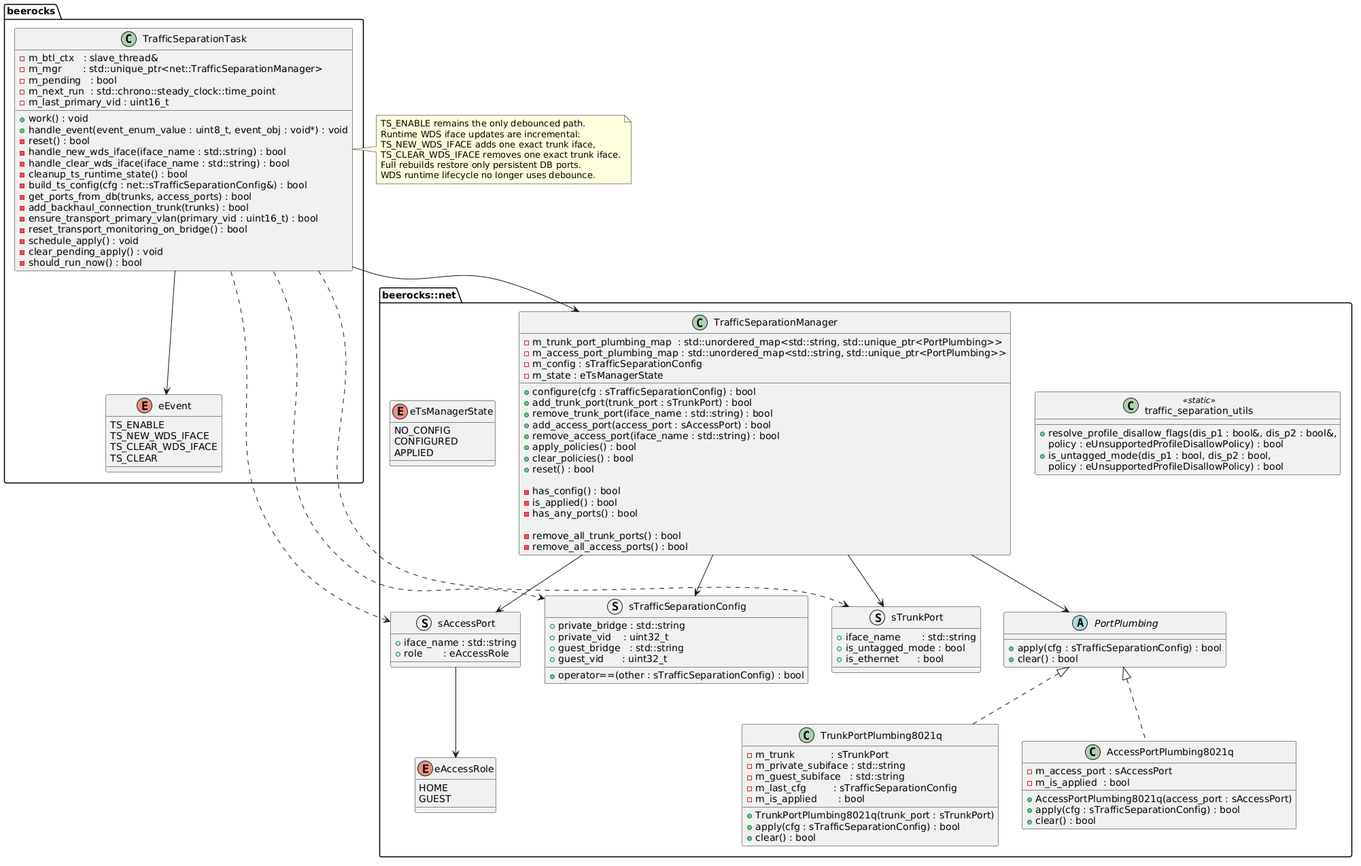
This is documentation/images/plantuml/agent/traffic_separation/ts_ClassD.png from CodeLinaro-mirror/qsdk_oss_prpl-foundation_prplmesh_prplMesh, a PlantUML export, as it was before one commit.
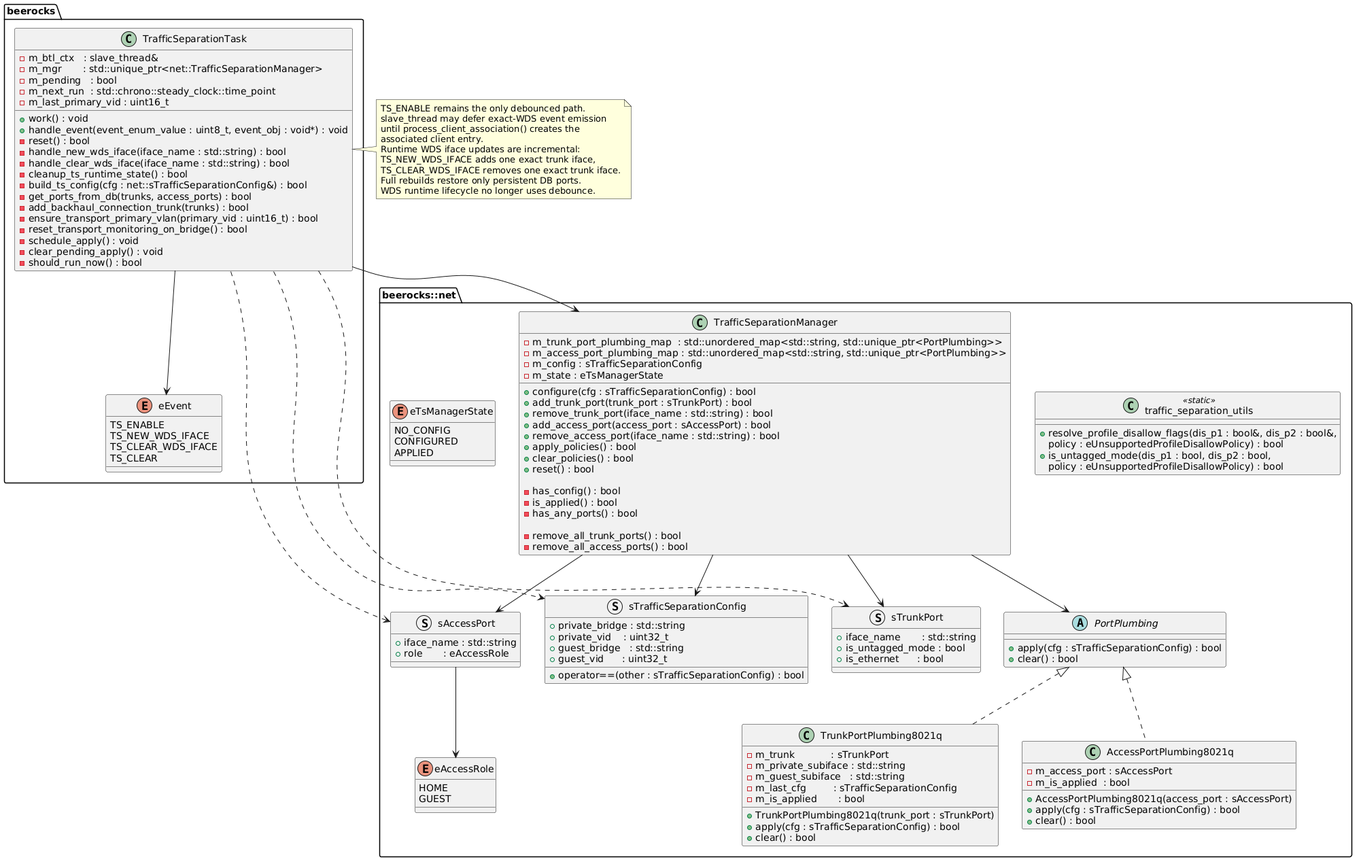
The same diagram one commit later.

Diff of the diagram source:
```diff
@@ -133,6 +133,9 @@
 
 note right of TrafficSeparationTask
   TS_ENABLE remains the only debounced path.
+  slave_thread may defer exact-WDS event emission
+  until process_client_association() creates the
+  associated client entry.
   Runtime WDS iface updates are incremental:
   TS_NEW_WDS_IFACE adds one exact trunk iface,
   TS_CLEAR_WDS_IFACE removes one exact trunk iface.
```
